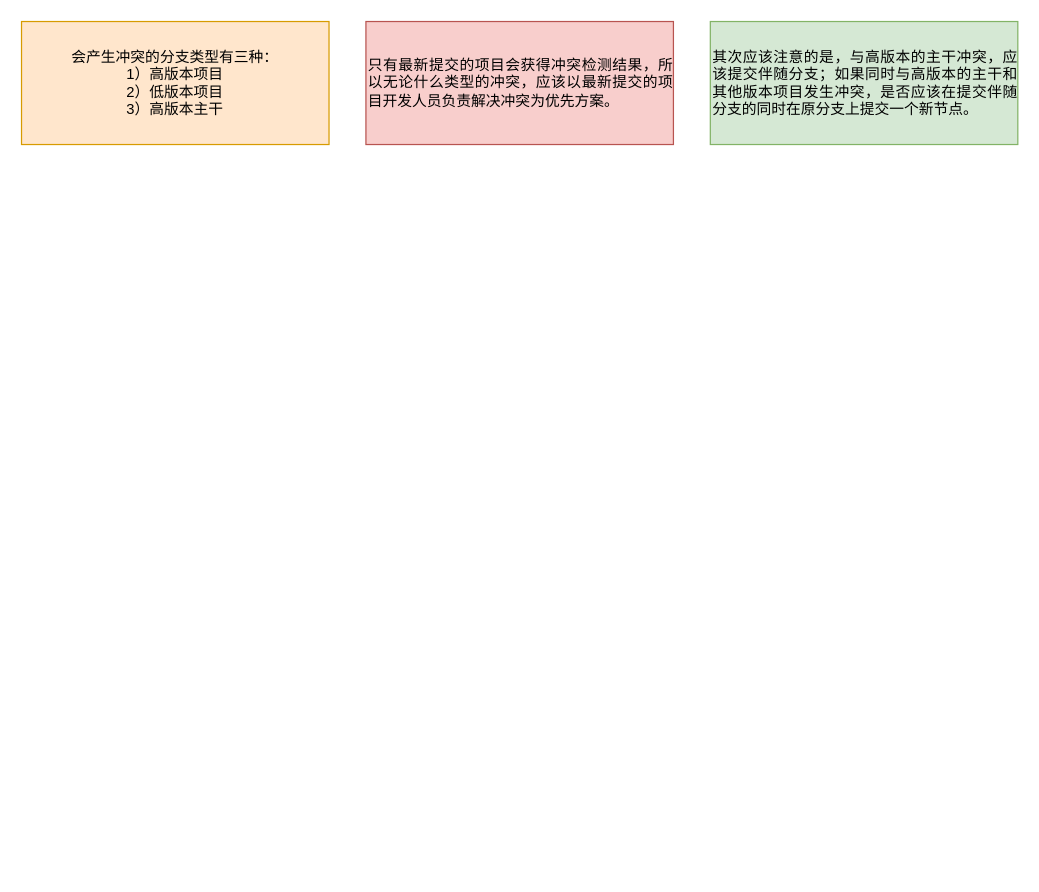
This is ConflictVarieties.drawio from YingSi163/Effy, a draw.io file, before an edit. Source tidied: cells renumbered, new cells numbered last; positions are measured from the earlier drawing's top-left corner, leaving out a move shared by most shapes. Both pictures are drawn from the tidied source at 123%, with x=0, y=0 at pixel (21, 21).
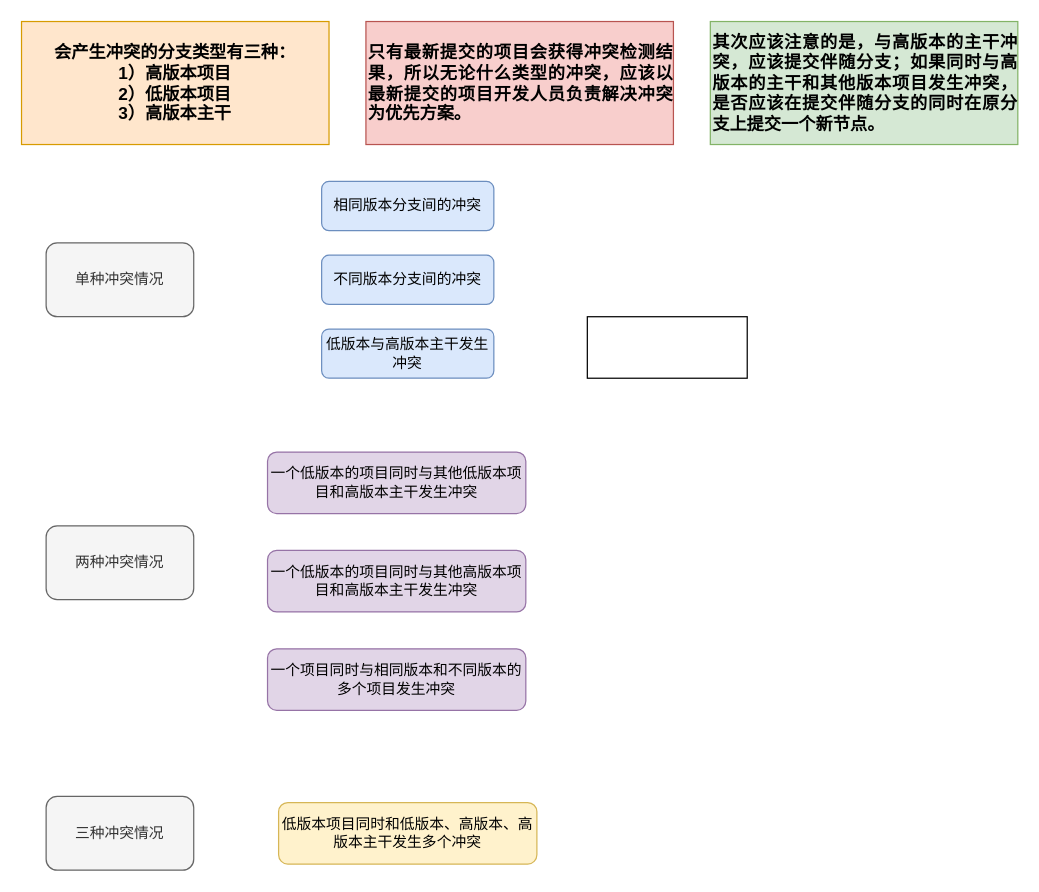
After the change.

The edit, as a diff of the source:
```diff
@@
 <mxGraphModel>
   <root>
     <mxCell id="0" />
     <mxCell id="1" parent="0" />
-    <mxCell id="2" value="&lt;div&gt;会产生冲突的分支类型有三种：&lt;/div&gt;&lt;div&gt;1）高版本项目&lt;/div&gt;&lt;div&gt;2）低版本项目&lt;/div&gt;&lt;div&gt;3）高版本主干&lt;/div&gt;" style="rounded=0;whiteSpace=wrap;html=1;fillColor=#ffe6cc;strokeColor=#d79b00;" parent="1" vertex="1">
+    <mxCell id="2" value="&lt;div style=&quot;font-size: 14px&quot;&gt;&lt;b&gt;&lt;font style=&quot;font-size: 14px&quot;&gt;会产生冲突的分支类型有三种：&lt;/font&gt;&lt;/b&gt;&lt;/div&gt;&lt;div style=&quot;font-size: 14px&quot;&gt;&lt;b&gt;&lt;font style=&quot;font-size: 14px&quot;&gt;1）高版本项目&lt;/font&gt;&lt;/b&gt;&lt;/div&gt;&lt;div style=&quot;font-size: 14px&quot;&gt;&lt;b&gt;&lt;font style=&quot;font-size: 14px&quot;&gt;2）低版本项目&lt;/font&gt;&lt;/b&gt;&lt;/div&gt;&lt;div style=&quot;font-size: 14px&quot;&gt;&lt;b&gt;&lt;font style=&quot;font-size: 14px&quot;&gt;3）高版本主干&lt;/font&gt;&lt;/b&gt;&lt;/div&gt;" style="rounded=0;whiteSpace=wrap;html=1;fillColor=#ffe6cc;strokeColor=#d79b00;" parent="1" vertex="1">
       <mxGeometry width="250" height="100" as="geometry" />
     </mxCell>
-    <mxCell id="3" value="&lt;div style=&quot;text-align: justify&quot;&gt;&lt;span&gt;只有最新提交的项目会获得冲突检测结果，所以无论什么类型的冲突，应该以最新提交的项目开发人员负责解决冲突为优先方案。&lt;/span&gt;&lt;/div&gt;" style="rounded=0;whiteSpace=wrap;html=1;fillColor=#f8cecc;strokeColor=#b85450;align=left;" parent="1" vertex="1">
+    <mxCell id="3" value="&lt;div style=&quot;text-align: justify&quot;&gt;&lt;span&gt;&lt;b&gt;&lt;font style=&quot;font-size: 14px&quot;&gt;只有最新提交的项目会获得冲突检测结果，所以无论什么类型的冲突，应该以最新提交的项目开发人员负责解决冲突为优先方案。&lt;/font&gt;&lt;/b&gt;&lt;/span&gt;&lt;/div&gt;" style="rounded=0;whiteSpace=wrap;html=1;fillColor=#f8cecc;strokeColor=#b85450;align=left;" parent="1" vertex="1">
       <mxGeometry x="280" width="250" height="100" as="geometry" />
     </mxCell>
-    <mxCell id="4" value="&lt;div style=&quot;text-align: justify&quot;&gt;&lt;span&gt;其次应该注意的是，与高版本的主干冲突，应该提交伴随分支；如果同时与高版本的主干和其他版本项目发生冲突，是否应该在提交伴随分支的同时在原分支上提交一个新节点。&lt;/span&gt;&lt;/div&gt;" style="rounded=0;whiteSpace=wrap;html=1;fillColor=#d5e8d4;strokeColor=#82b366;align=left;" parent="1" vertex="1">
+    <mxCell id="4" value="&lt;div style=&quot;text-align: justify&quot;&gt;&lt;span&gt;&lt;b&gt;&lt;font style=&quot;font-size: 14px&quot;&gt;其次应该注意的是，与高版本的主干冲突，应该提交伴随分支；如果同时与高版本的主干和其他版本项目发生冲突，是否应该在提交伴随分支的同时在原分支上提交一个新节点。&lt;/font&gt;&lt;/b&gt;&lt;/span&gt;&lt;/div&gt;" style="rounded=0;whiteSpace=wrap;html=1;fillColor=#d5e8d4;strokeColor=#82b366;align=left;" parent="1" vertex="1">
       <mxGeometry x="560" width="250" height="100" as="geometry" />
     </mxCell>
+    <mxCell id="5" value="单种冲突情况" style="rounded=1;whiteSpace=wrap;html=1;fillColor=#f5f5f5;fontColor=#333333;strokeColor=#666666;" parent="1" vertex="1">
+      <mxGeometry x="20" y="180" width="120" height="60" as="geometry" />
+    </mxCell>
+    <mxCell id="6" value="两种冲突情况" style="rounded=1;whiteSpace=wrap;html=1;fillColor=#f5f5f5;fontColor=#333333;strokeColor=#666666;" parent="1" vertex="1">
+      <mxGeometry x="20" y="410" width="120" height="60" as="geometry" />
+    </mxCell>
+    <mxCell id="7" value="三种冲突情况" style="rounded=1;whiteSpace=wrap;html=1;fillColor=#f5f5f5;fontColor=#333333;strokeColor=#666666;" parent="1" vertex="1">
+      <mxGeometry x="20" y="630" width="120" height="60" as="geometry" />
+    </mxCell>
+    <mxCell id="8" value="相同版本分支间的冲突" style="rounded=1;whiteSpace=wrap;html=1;fillColor=#dae8fc;strokeColor=#6c8ebf;" parent="1" vertex="1">
+      <mxGeometry x="244" y="130" width="140" height="40" as="geometry" />
+    </mxCell>
+    <mxCell id="9" value="不同版本分支间的冲突" style="rounded=1;whiteSpace=wrap;html=1;fillColor=#dae8fc;strokeColor=#6c8ebf;" parent="1" vertex="1">
+      <mxGeometry x="244" y="190" width="140" height="40" as="geometry" />
+    </mxCell>
+    <mxCell id="10" value="低版本与高版本主干发生冲突" style="rounded=1;whiteSpace=wrap;html=1;fillColor=#dae8fc;strokeColor=#6c8ebf;" parent="1" vertex="1">
+      <mxGeometry x="244" y="250" width="140" height="40" as="geometry" />
+    </mxCell>
+    <mxCell id="11" value="一个低版本的项目同时与其他低版本项目和高版本主干发生冲突" style="rounded=1;whiteSpace=wrap;html=1;fillColor=#e1d5e7;strokeColor=#9673a6;" parent="1" vertex="1">
+      <mxGeometry x="200" y="350" width="210" height="50" as="geometry" />
+    </mxCell>
+    <mxCell id="12" value="一个低版本的项目同时与其他高版本项目和高版本主干发生冲突" style="rounded=1;whiteSpace=wrap;html=1;fillColor=#e1d5e7;strokeColor=#9673a6;" parent="1" vertex="1">
+      <mxGeometry x="200" y="430" width="210" height="50" as="geometry" />
+    </mxCell>
+    <mxCell id="13" value="一个项目同时与相同版本和不同版本的多个项目发生冲突" style="rounded=1;whiteSpace=wrap;html=1;fillColor=#e1d5e7;strokeColor=#9673a6;" parent="1" vertex="1">
+      <mxGeometry x="200" y="510" width="210" height="50" as="geometry" />
+    </mxCell>
+    <mxCell id="14" value="低版本项目同时和低版本、高版本、高版本主干发生多个冲突" style="rounded=1;whiteSpace=wrap;html=1;fillColor=#fff2cc;strokeColor=#d6b656;" parent="1" vertex="1">
+      <mxGeometry x="209" y="635" width="210" height="50" as="geometry" />
+    </mxCell>
+    <mxCell id="15" style="rounded=0;whiteSpace=wrap;html=1;fontSize=14;" parent="1" vertex="1">
+      <mxGeometry x="460" y="240" width="130" height="50" as="geometry" />
+    </mxCell>
   </root>
 </mxGraphModel>
```
